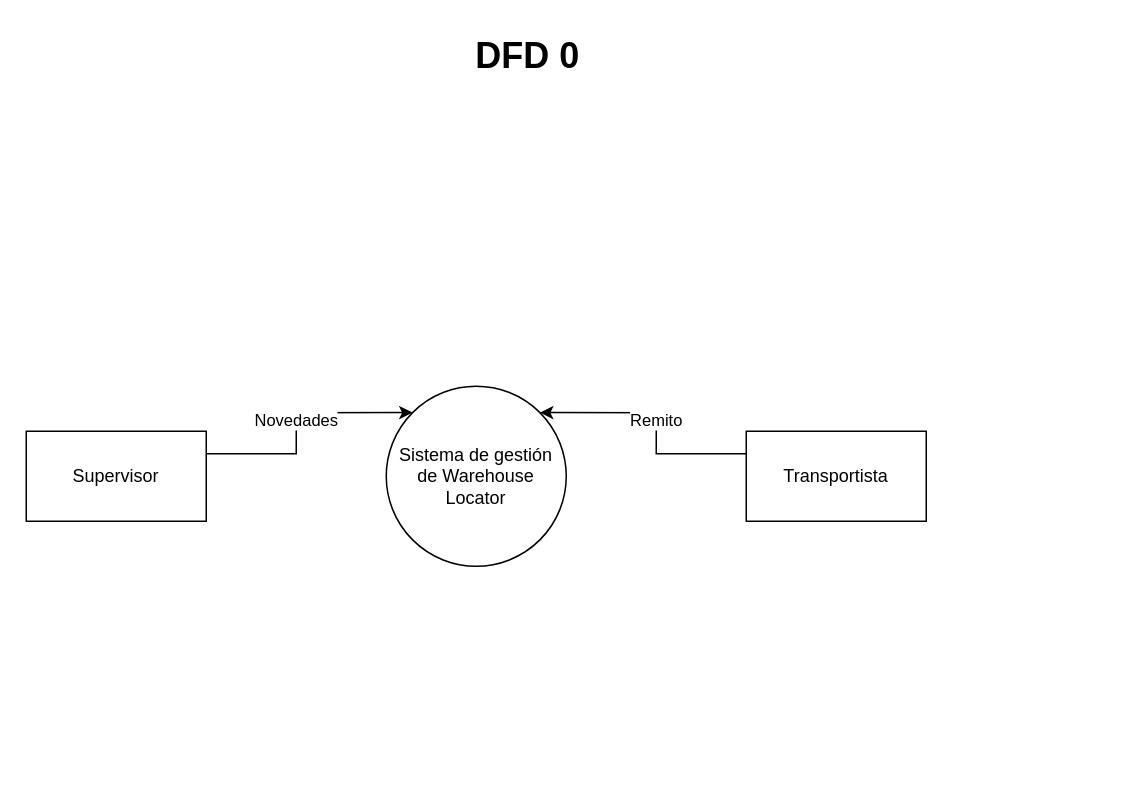
This is DFD_Integrador_MetII.drawio from JEOrellano/TUSI_MetII_Grupo12_DFD_Integrador, a draw.io file, before an edit. Source tidied: cells renumbered, new cells numbered last; positions are measured from the earlier drawing's top-left corner, leaving out a move shared by most shapes. Both pictures are drawn from the tidied source at 150%, with x=0, y=0 at pixel (26, 26).
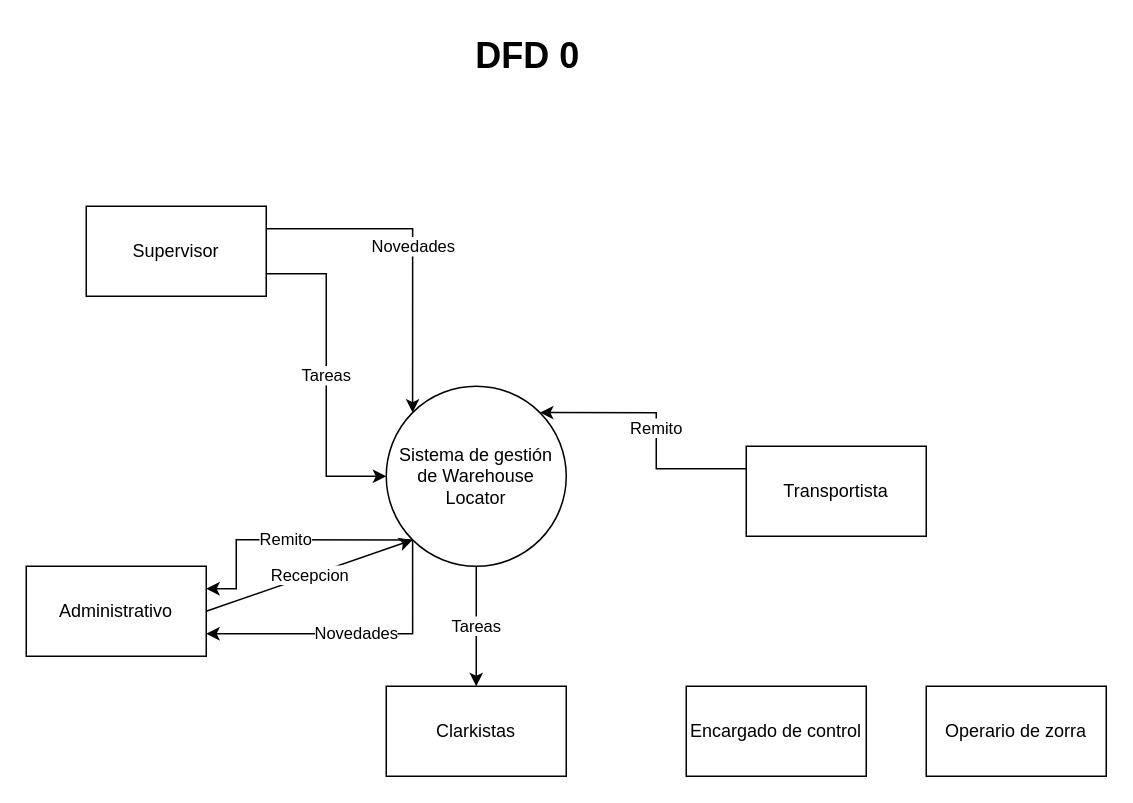
The same diagram, later.

The edit, as a diff of the source:
```diff
@@
 <mxGraphModel>
   <root>
     <mxCell id="0" />
     <mxCell id="1" parent="0" />
+    <mxCell id="8" value="Tareas" style="edgeStyle=orthogonalEdgeStyle;rounded=0;jettySize=auto;html=1;exitX=0.5;exitY=1;exitDx=0;exitDy=0;entryX=0.5;entryY=0;entryDx=0;entryDy=0;" parent="1" edge="1" source="2" target="14">
+      <mxGeometry relative="1" as="geometry" />
+    </mxCell>
+    <mxCell id="9" value="Novedades" style="rounded=0;jettySize=auto;html=1;exitX=0;exitY=1;exitDx=0;exitDy=0;entryX=1;entryY=0.75;entryDx=0;entryDy=0;edgeStyle=orthogonalEdgeStyle;" parent="1" edge="1" source="2" target="13">
+      <mxGeometry relative="1" as="geometry">
+        <Array as="points">
+          <mxPoint x="258" y="405" />
+        </Array>
+      </mxGeometry>
+    </mxCell>
+    <mxCell id="10" value="Remito" style="edgeStyle=orthogonalEdgeStyle;rounded=0;jettySize=auto;html=1;exitX=0;exitY=1;exitDx=0;exitDy=0;entryX=1;entryY=0.25;entryDx=0;entryDy=0;" parent="1" edge="1" source="2" target="13">
+      <mxGeometry relative="1" as="geometry">
+        <Array as="points">
+          <mxPoint x="140" y="342" />
+          <mxPoint x="140" y="375" />
+        </Array>
+      </mxGeometry>
+    </mxCell>
     <mxCell id="2" value="&lt;font style=&quot;font-size: 12px;&quot;&gt;Sistema de gestión de Warehouse Locator&lt;/font&gt;" style="ellipse;whiteSpace=wrap;html=1;" parent="1" vertex="1">
       <mxGeometry x="240" y="240" width="120" height="120" as="geometry" />
     </mxCell>
     <mxCell id="3" value="Novedades" style="edgeStyle=orthogonalEdgeStyle;rounded=0;jettySize=auto;html=1;exitX=1;exitY=0.25;exitDx=0;exitDy=0;entryX=0;entryY=0;entryDx=0;entryDy=0;" parent="1" edge="1" source="4" target="2">
       <mxGeometry relative="1" as="geometry" />
     </mxCell>
+    <mxCell id="11" value="Tareas" style="edgeStyle=orthogonalEdgeStyle;rounded=0;jettySize=auto;html=1;exitX=1;exitY=0.75;exitDx=0;exitDy=0;entryX=0;entryY=0.5;entryDx=0;entryDy=0;" parent="1" edge="1" source="4" target="2">
+      <mxGeometry relative="1" as="geometry" />
+    </mxCell>
     <mxCell id="4" value="Supervisor" style="rounded=0;whiteSpace=wrap;html=1;" parent="1" vertex="1">
-      <mxGeometry y="270" width="120" height="60" as="geometry" />
+      <mxGeometry x="40" y="120" width="120" height="60" as="geometry" />
     </mxCell>
     <mxCell id="5" value="Remito" style="edgeStyle=orthogonalEdgeStyle;rounded=0;jettySize=auto;html=1;exitX=0;exitY=0.25;exitDx=0;exitDy=0;entryX=1;entryY=0;entryDx=0;entryDy=0;" parent="1" edge="1" source="6" target="2">
       <mxGeometry relative="1" as="geometry" />
     </mxCell>
     <mxCell id="6" value="Transportista" style="rounded=0;whiteSpace=wrap;html=1;" parent="1" vertex="1">
-      <mxGeometry x="480" y="270" width="120" height="60" as="geometry" />
+      <mxGeometry x="480" y="280" width="120" height="60" as="geometry" />
     </mxCell>
     <mxCell id="7" value="&lt;font style=&quot;font-size: 24px;&quot;&gt;&lt;b&gt;DFD 0&lt;/b&gt;&lt;/font&gt;" style="text;html=1;align=center;verticalAlign=middle;strokeColor=none;fillColor=none;" parent="1" vertex="1">
       <mxGeometry x="289" width="90" height="40" as="geometry" />
     </mxCell>
+    <mxCell id="12" value="Recepcion" style="rounded=0;jettySize=auto;html=1;exitX=1;exitY=0.5;exitDx=0;exitDy=0;entryX=0;entryY=1;entryDx=0;entryDy=0;" parent="1" edge="1" source="13" target="2">
+      <mxGeometry relative="1" as="geometry" />
+    </mxCell>
+    <mxCell id="13" value="Administrativo" style="rounded=0;whiteSpace=wrap;html=1;" parent="1" vertex="1">
+      <mxGeometry y="360" width="120" height="60" as="geometry" />
+    </mxCell>
+    <mxCell id="14" value="Clarkistas" style="rounded=0;whiteSpace=wrap;html=1;" parent="1" vertex="1">
+      <mxGeometry x="240" y="440" width="120" height="60" as="geometry" />
+    </mxCell>
+    <mxCell id="15" value="Encargado de control" style="rounded=0;whiteSpace=wrap;html=1;" parent="1" vertex="1">
+      <mxGeometry x="440" y="440" width="120" height="60" as="geometry" />
+    </mxCell>
+    <mxCell id="16" value="Operario de zorra" style="rounded=0;whiteSpace=wrap;html=1;" parent="1" vertex="1">
+      <mxGeometry x="600" y="440" width="120" height="60" as="geometry" />
+    </mxCell>
   </root>
 </mxGraphModel>
```
